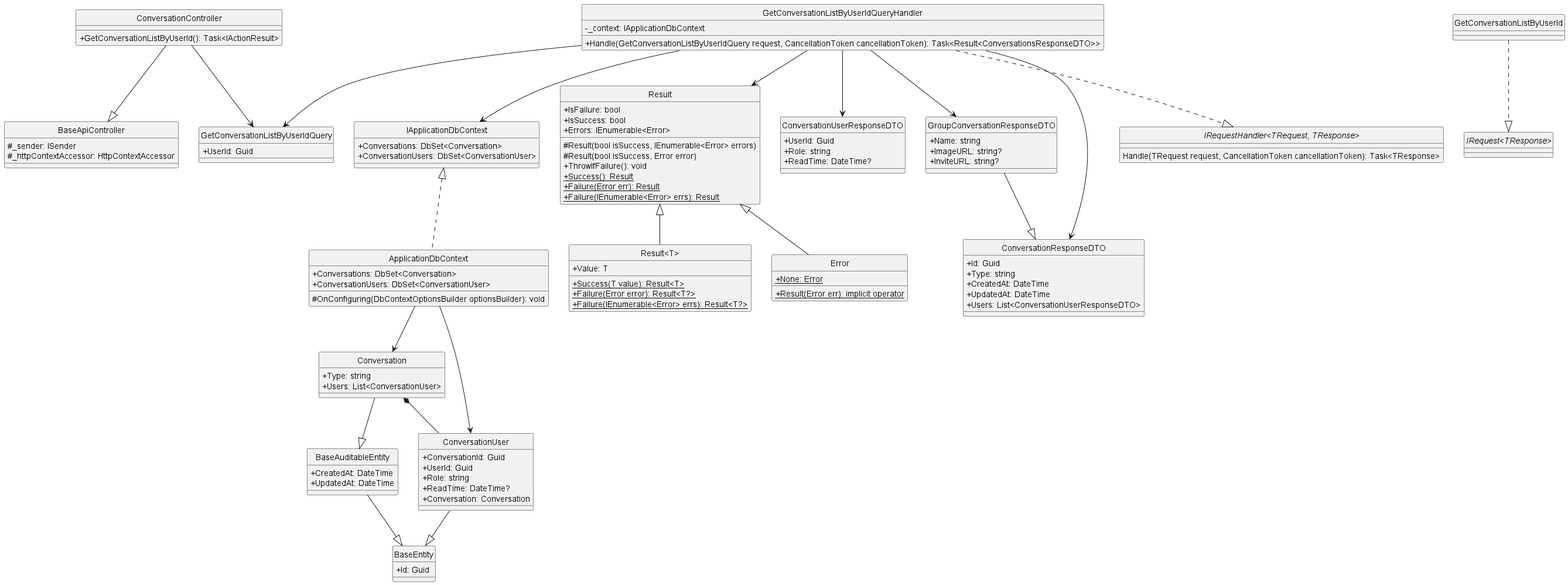
Earlier version of the PlantUML export docs/Class Diagram/Conversation/GetConversationListByUserId/ClassDiagram/getConversationListByUserId.png (Carl-Johnsons/Chat-Application). Source of this version:
```plantuml
@startuml getConversationListByUserId
hide circle
skinparam classAttributeIconSize 0

class BaseApiController {
    #_sender: ISender
    #_httpContextAccessor: HttpContextAccessor
}

class ConversationController {
    +GetConversationListByUserId(): Task<IActionResult>
}

class GetConversationListByUserIdQuery {
    +UserId: Guid
}

class GetConversationListByUserIdQueryHandler {
    -_context: IApplicationDbContext
    +Handle(GetConversationListByUserIdQuery request, CancellationToken cancellationToken): Task<Result<ConversationsResponseDTO>>
}

class IApplicationDbContext {
    +Conversations: DbSet<Conversation>
    +ConversationUsers: DbSet<ConversationUser>
}

class ApplicationDbContext {
    +Conversations: DbSet<Conversation>
    +ConversationUsers: DbSet<ConversationUser>
    #OnConfiguring(DbContextOptionsBuilder optionsBuilder): void
}

class Result {
    +IsFailure: bool
    +IsSuccess: bool
    +Errors: IEnumerable<Error>
    #Result(bool isSuccess, IEnumerable<Error> errors)
    #Result(bool isSuccess, Error error)
    +ThrowIfFailure(): void
    +{static} Success(): Result
    +{static} Failure(Error err): Result
    +{static} Failure(IEnumerable<Error> errs): Result
}

class "Result<T>" {
    +Value: T
    +{static} Success(T value): Result<T>
    +{static} Failure(Error error): Result<T?>
    +{static} Failure(IEnumerable<Error> errs): Result<T?>
}

class Error {
    +{static} None: Error
    +{static} Result(Error err): implicit operator
}

class ConversationUserResponseDTO {
    +UserId: Guid
    +Role: string
    +ReadTime: DateTime?
}

class GroupConversationResponseDTO {
    +Name: string
    +ImageURL: string?
    +InviteURL: string?
}

class ConversationResponseDTO {
    +Id: Guid
    +Type: string
    +CreatedAt: DateTime
    +UpdatedAt: DateTime
    +Users: List<ConversationUserResponseDTO>
}

class BaseEntity {
    +Id: Guid
}

class BaseAuditableEntity{
    +CreatedAt: DateTime
    +UpdatedAt: DateTime
}

class Conversation {
    +Type: string
    +Users: List<ConversationUser>
}

class ConversationUser {
    +ConversationId: Guid
    +UserId: Guid
    +Role: string
    +ReadTime: DateTime?
    +Conversation: Conversation
}

interface "IRequest<TResponse>"
interface "IRequestHandler<TRequest, TResponse>"{
    Handle(TRequest request, CancellationToken cancellationToken): Task<TResponse>
}

ConversationController --|> BaseApiController
ConversationController --> GetConversationListByUserIdQuery
GetConversationListByUserId ..|> "IRequest<TResponse>"
GetConversationListByUserIdQueryHandler ..|> "IRequestHandler<TRequest, TResponse>"
GetConversationListByUserIdQueryHandler --> GetConversationListByUserIdQuery
GetConversationListByUserIdQueryHandler --> Result
GetConversationListByUserIdQueryHandler --> IApplicationDbContext
GetConversationListByUserIdQueryHandler --> ConversationUserResponseDTO
GetConversationListByUserIdQueryHandler --> ConversationResponseDTO
GetConversationListByUserIdQueryHandler --> GroupConversationResponseDTO
GroupConversationResponseDTO --|> ConversationResponseDTO
Result <|-- Error
Result <|-- "Result<T>"
ConversationUser --|> BaseEntity
Conversation --|> BaseAuditableEntity
Conversation *-- ConversationUser
BaseAuditableEntity --|>BaseEntity
IApplicationDbContext <|.. ApplicationDbContext
ApplicationDbContext --> ConversationUser
ApplicationDbContext --> Conversation
@enduml
```
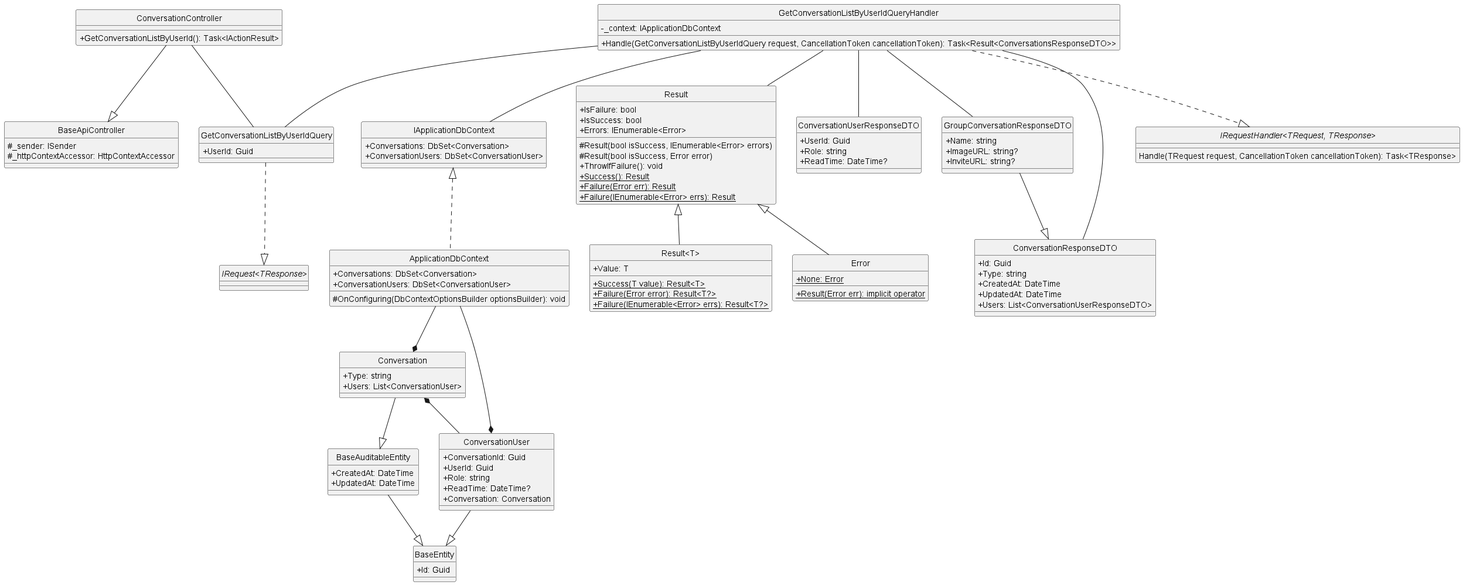
After the change.

Change to the diagram source:
```diff
@@ -103,15 +103,15 @@
 }
 
 ConversationController --|> BaseApiController
-ConversationController --> GetConversationListByUserIdQuery
-GetConversationListByUserId ..|> "IRequest<TResponse>"
+ConversationController -- GetConversationListByUserIdQuery
+GetConversationListByUserIdQuery ..|> "IRequest<TResponse>"
 GetConversationListByUserIdQueryHandler ..|> "IRequestHandler<TRequest, TResponse>"
-GetConversationListByUserIdQueryHandler --> GetConversationListByUserIdQuery
-GetConversationListByUserIdQueryHandler --> Result
-GetConversationListByUserIdQueryHandler --> IApplicationDbContext
-GetConversationListByUserIdQueryHandler --> ConversationUserResponseDTO
-GetConversationListByUserIdQueryHandler --> ConversationResponseDTO
-GetConversationListByUserIdQueryHandler --> GroupConversationResponseDTO
+GetConversationListByUserIdQueryHandler -- GetConversationListByUserIdQuery
+GetConversationListByUserIdQueryHandler -- Result
+GetConversationListByUserIdQueryHandler -- IApplicationDbContext
+GetConversationListByUserIdQueryHandler -- ConversationUserResponseDTO
+GetConversationListByUserIdQueryHandler -- ConversationResponseDTO
+GetConversationListByUserIdQueryHandler -- GroupConversationResponseDTO
 GroupConversationResponseDTO --|> ConversationResponseDTO
 Result <|-- Error
 Result <|-- "Result<T>"
@@ -120,6 +120,6 @@
 Conversation *-- ConversationUser
 BaseAuditableEntity --|>BaseEntity
 IApplicationDbContext <|.. ApplicationDbContext
-ApplicationDbContext --> ConversationUser
-ApplicationDbContext --> Conversation
+ApplicationDbContext --* ConversationUser
+ApplicationDbContext --* Conversation
 @enduml
```
